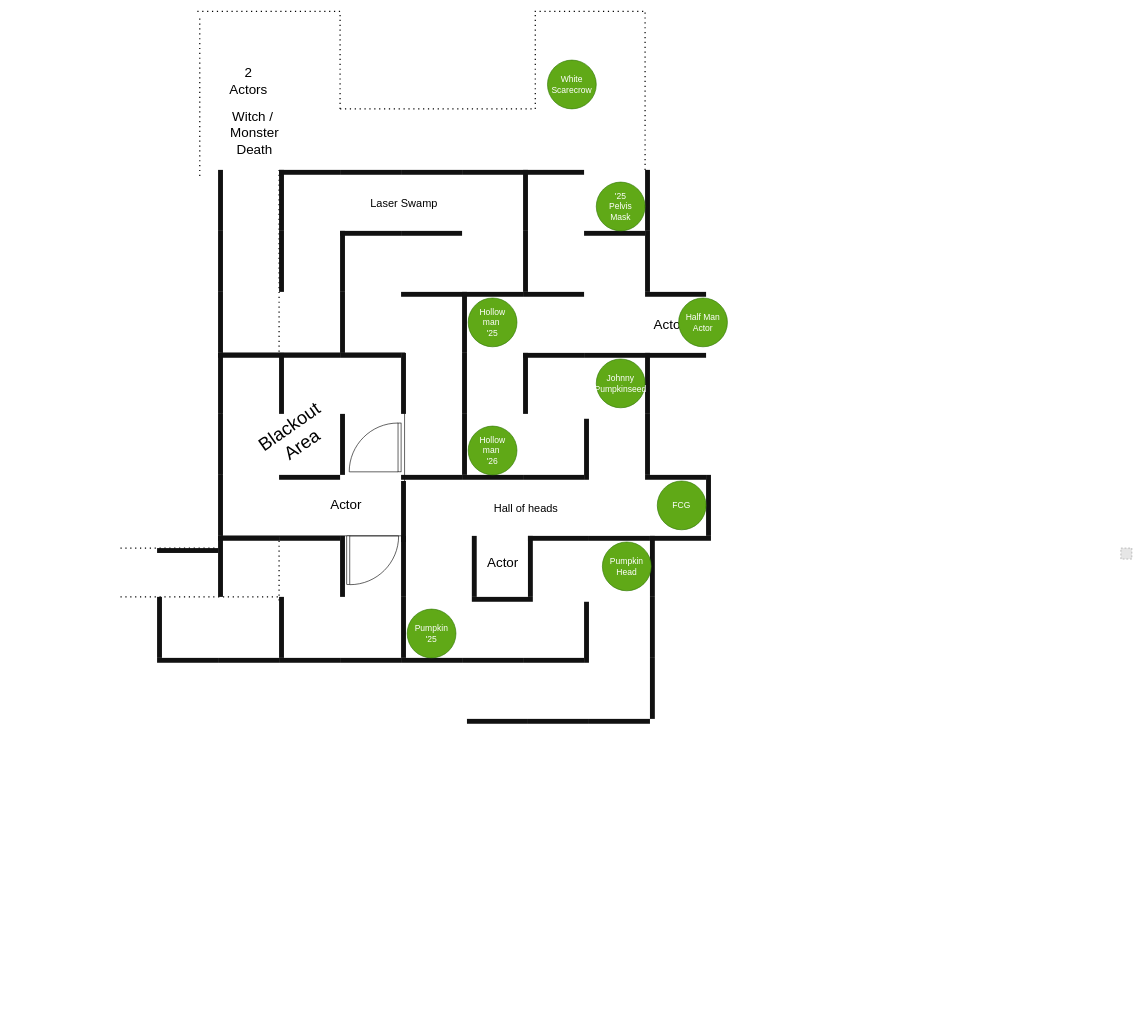
mindblender/2026-yard-haunt keeps this draw.io diagram as 2026_yard_haunt.drawio. Above is the earlier version. Source tidied: cells renumbered, new cells numbered last; positions are measured from the earlier drawing's top-left corner, leaving out a move shared by most shapes. Both pictures are drawn from the tidied source at 61%, with x=0, y=0 at pixel (120, 11). Pictures stored in the file or linked from it are replaced by grey dashed boxes.
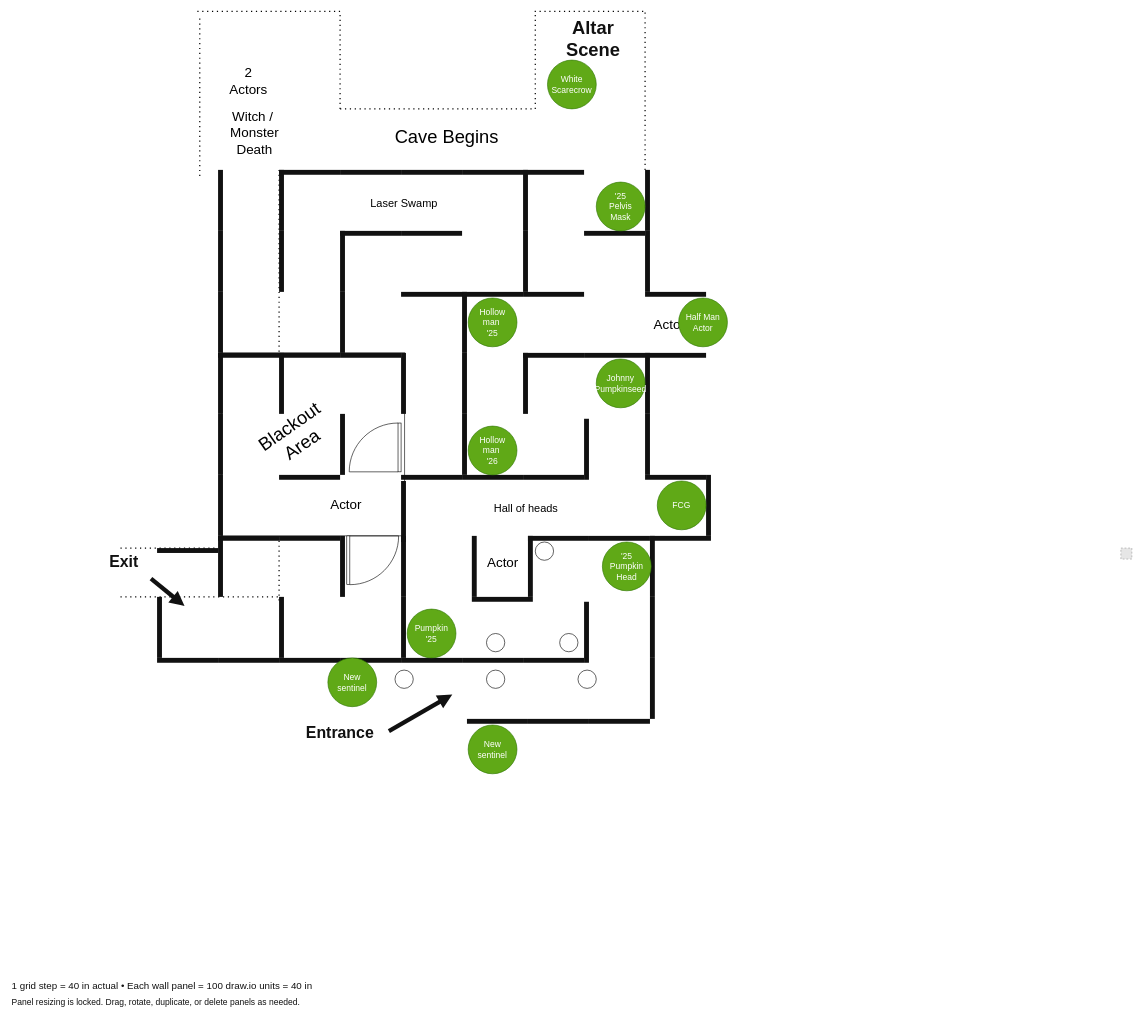
Above is the later version.

Diff of the diagram source:
```diff
@@
+    <mxCell id="116" parent="0" />
+    <mxCell id="117" value="Altar&lt;br&gt;Scene" style="text;html=1;strokeColor=none;fillColor=none;align=center;verticalAlign=middle;whiteSpace=wrap;rounded=0;fontSize=30;fontFamily=Helvetica;fontColor=#111111;fontStyle=1;" parent="116" vertex="1">
+      <mxGeometry x="710" y="20" width="130" height="50" as="geometry" />
+    </mxCell>
+    <mxCell id="118" value="Exit" style="text;html=1;strokeColor=none;fillColor=none;align=left;verticalAlign=middle;whiteSpace=wrap;rounded=0;fontSize=26;fontFamily=Helvetica;fontColor=#111111;fontStyle=1;" parent="116" vertex="1">
+      <mxGeometry x="-20" y="880" width="90" height="45" as="geometry" />
+    </mxCell>
+    <mxCell id="119" value="Entrance" style="text;html=1;strokeColor=none;fillColor=none;align=center;verticalAlign=middle;whiteSpace=wrap;rounded=0;fontSize=26;fontFamily=Helvetica;fontColor=#111111;fontStyle=1;" parent="116" vertex="1">
+      <mxGeometry x="280" y="1160" width="160" height="45" as="geometry" />
+    </mxCell>
+    <mxCell id="120" style="endArrow=block;endFill=1;strokeWidth=7;strokeColor=#111111;html=1;rounded=0;" parent="116" edge="1">
+      <mxGeometry relative="1" as="geometry">
+        <mxPoint x="50" y="930" as="sourcePoint" />
+        <mxPoint x="105" y="975" as="targetPoint" />
+      </mxGeometry>
+    </mxCell>
+    <mxCell id="121" style="endArrow=block;endFill=1;strokeWidth=7;strokeColor=#111111;html=1;rounded=0;" parent="116" edge="1">
+      <mxGeometry relative="1" as="geometry">
+        <mxPoint x="440" y="1180" as="sourcePoint" />
+        <mxPoint x="544" y="1120" as="targetPoint" />
+      </mxGeometry>
+    </mxCell>
+    <mxCell id="122" value="1 grid step = 40 in actual  •  Each wall panel = 100 draw.io units = 40 in" style="text;html=1;strokeColor=none;fillColor=none;align=left;verticalAlign=middle;whiteSpace=wrap;rounded=0;fontSize=16;fontFamily=Helvetica;fontColor=#111111;fontStyle=0;" parent="116" vertex="1">
+      <mxGeometry x="-180" y="1580" width="650" height="35" as="geometry" />
+    </mxCell>
+    <mxCell id="123" value="Panel resizing is locked. Drag, rotate, duplicate, or delete panels as needed." style="text;html=1;strokeColor=none;fillColor=none;align=left;verticalAlign=middle;whiteSpace=wrap;rounded=0;fontSize=14;fontFamily=Helvetica;fontColor=#111111;fontStyle=0;" parent="116" vertex="1">
+      <mxGeometry x="-180" y="1610" width="650" height="30" as="geometry" />
+    </mxCell>
+    <mxCell id="124" value="Cave Begins" style="text;html=1;whiteSpace=wrap;strokeColor=none;fillColor=none;align=center;verticalAlign=middle;rounded=0;fontSize=30;" parent="116" vertex="1">
+      <mxGeometry x="410" y="190" width="250" height="30" as="geometry" />
+    </mxCell>
+    <mxCell id="125" parent="0" />
+    <mxCell id="126" value="&lt;div&gt;&lt;br/&gt;&lt;/div&gt;" style="ellipse;whiteSpace=wrap;html=1;shapeInside=1;fillColor=light-dark(#FFFFFF,#994C00);strokeColor=light-dark(#000000,transparent);" parent="125" vertex="1">
+      <mxGeometry x="450" y="1080" width="30" height="30" as="geometry" />
+    </mxCell>
+    <mxCell id="127" value="&lt;div&gt;&lt;br/&gt;&lt;/div&gt;" style="ellipse;whiteSpace=wrap;html=1;shapeInside=1;fillColor=light-dark(#FFFFFF,#994C00);strokeColor=light-dark(#000000,transparent);" parent="125" vertex="1">
+      <mxGeometry x="750" y="1080" width="30" height="30" as="geometry" />
+    </mxCell>
+    <mxCell id="128" value="&lt;div&gt;&lt;br/&gt;&lt;/div&gt;" style="ellipse;whiteSpace=wrap;html=1;shapeInside=1;fillColor=light-dark(#FFFFFF,#994C00);strokeColor=light-dark(#000000,transparent);" parent="125" vertex="1">
+      <mxGeometry x="600" y="1080" width="30" height="30" as="geometry" />
+    </mxCell>
+    <mxCell id="129" value="&lt;div&gt;&lt;br/&gt;&lt;/div&gt;" style="ellipse;whiteSpace=wrap;html=1;shapeInside=1;fillColor=light-dark(#FFFFFF,#994C00);strokeColor=light-dark(#000000,transparent);" parent="125" vertex="1">
+      <mxGeometry x="600" y="1020" width="30" height="30" as="geometry" />
+    </mxCell>
+    <mxCell id="130" value="&lt;div&gt;&lt;br/&gt;&lt;/div&gt;" style="ellipse;whiteSpace=wrap;html=1;shapeInside=1;fillColor=light-dark(#FFFFFF,#994C00);strokeColor=light-dark(#000000,transparent);" parent="125" vertex="1">
+      <mxGeometry x="720" y="1020" width="30" height="30" as="geometry" />
+    </mxCell>
+    <mxCell id="131" value="&lt;div&gt;&lt;br/&gt;&lt;/div&gt;" style="ellipse;whiteSpace=wrap;html=1;shapeInside=1;fillColor=light-dark(#FFFFFF,#994C00);strokeColor=light-dark(#000000,transparent);" parent="125" vertex="1">
+      <mxGeometry x="680" y="870" width="30" height="30" as="geometry" />
+    </mxCell>
+    <mxCell id="132" parent="0" />
@@
-    <mxCell id="106" value="Pumpkin&lt;br&gt;Head" style="ellipse;whiteSpace=wrap;html=1;shapeInside=1;verticalAlign=middle;fontSize=14;fillColor=#60a917;fontColor=#ffffff;strokeColor=#2D7600;" parent="101" vertex="1">
+    <mxCell id="106" value="'25&lt;br&gt;Pumpkin&lt;br&gt;Head" style="ellipse;whiteSpace=wrap;html=1;shapeInside=1;verticalAlign=middle;fontSize=14;fillColor=#60a917;fontColor=#ffffff;strokeColor=#2D7600;" parent="101" vertex="1">
       <mxGeometry x="790" y="870" width="80" height="80" as="geometry" />
     </mxCell>
@@
+    <mxCell id="133" value="New&lt;br&gt;sentinel" style="ellipse;whiteSpace=wrap;html=1;shapeInside=1;verticalAlign=middle;fontSize=14;fillColor=#60a917;fontColor=#ffffff;strokeColor=#2D7600;" parent="101" vertex="1">
+      <mxGeometry x="340" y="1060" width="80" height="80" as="geometry" />
+    </mxCell>
+    <mxCell id="134" value="New&lt;br&gt;sentinel" style="ellipse;whiteSpace=wrap;html=1;shapeInside=1;verticalAlign=middle;fontSize=14;fillColor=#60a917;fontColor=#ffffff;strokeColor=#2D7600;" parent="101" vertex="1">
+      <mxGeometry x="570" y="1170" width="80" height="80" as="geometry" />
+    </mxCell>
```
